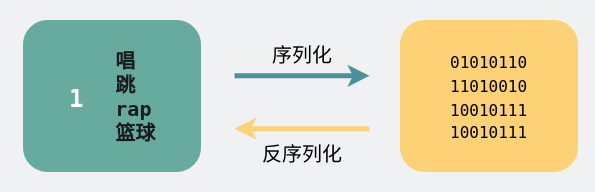
Before: network/protobuf的序列化和反序列化.drawio in xiaobaiTech/image, a draw.io diagram. Source tidied: cells renumbered, new cells numbered last; positions are measured from the earlier drawing's top-left corner, leaving out a move shared by most shapes. Both pictures are drawn from the tidied source at 100%, with x=0, y=0 at pixel (17, 17).
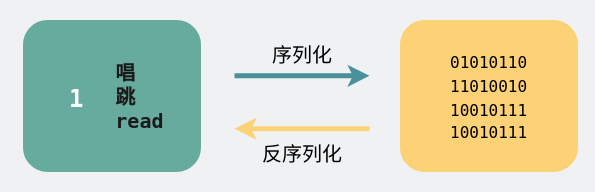
The same diagram, later.

Commit message:
更新protobuf的序列化和反序列化.drawio

What changed in the source:
```diff
@@
 <mxGraphModel background="#EFF1F3">
   <root>
     <mxCell id="0" />
     <mxCell id="1" parent="0" />
     <mxCell id="2" value="&lt;div style=&quot;font-family: Menlo, Monaco, &amp;quot;Courier New&amp;quot;, monospace; font-size: 16px; line-height: 24px;&quot;&gt;&lt;div style=&quot;&quot;&gt;&lt;br&gt;&lt;/div&gt;&lt;/div&gt;" style="rounded=1;whiteSpace=wrap;html=1;strokeWidth=5;fontSize=30;strokeColor=#67AB9F;fillColor=#67AB9F;align=left;" parent="1" vertex="1">
       <mxGeometry x="8" y="5" width="173" height="147" as="geometry" />
     </mxCell>
     <mxCell id="3" value="&lt;div style=&quot;font-family: Menlo, Monaco, &amp;quot;Courier New&amp;quot;, monospace; font-size: 16px; line-height: 24px;&quot;&gt;&lt;div style=&quot;&quot;&gt;&lt;br&gt;&lt;/div&gt;&lt;/div&gt;" style="rounded=1;whiteSpace=wrap;html=1;strokeWidth=5;fontSize=30;strokeColor=#FDD276;fillColor=#FDD276;align=left;" parent="1" vertex="1">
       <mxGeometry x="385" y="5" width="173" height="147" as="geometry" />
     </mxCell>
     <mxCell id="4" value="&lt;div style=&quot;font-family: Menlo, Monaco, &amp;quot;Courier New&amp;quot;, monospace; font-size: 16px; line-height: 24px;&quot;&gt;01010110&lt;/div&gt;&lt;div style=&quot;font-family: Menlo, Monaco, &amp;quot;Courier New&amp;quot;, monospace; font-size: 16px; line-height: 24px;&quot;&gt;11010010&lt;/div&gt;&lt;div style=&quot;font-family: Menlo, Monaco, &amp;quot;Courier New&amp;quot;, monospace; font-size: 16px; line-height: 24px;&quot;&gt;10010111&lt;/div&gt;&lt;span style=&quot;font-family: Menlo, Monaco, &amp;quot;Courier New&amp;quot;, monospace; font-size: 16px;&quot;&gt;10010111&lt;/span&gt;" style="text;html=1;strokeColor=none;fillColor=none;align=left;verticalAlign=middle;whiteSpace=wrap;rounded=0;labelBackgroundColor=none;fontColor=#000000;" parent="1" vertex="1">
       <mxGeometry x="431" y="21.5" width="102" height="114" as="geometry" />
     </mxCell>
     <mxCell id="5" style="endArrow=classic;html=1;rounded=0;fontColor=#000000;strokeWidth=5;strokeColor=#4A919B;" parent="1" edge="1">
       <mxGeometry relative="1" as="geometry">
         <mxPoint x="217" y="58.3" as="sourcePoint" />
         <mxPoint x="352" y="58.3" as="targetPoint" />
       </mxGeometry>
     </mxCell>
     <mxCell id="6" style="endArrow=none;html=1;rounded=0;fontColor=#000000;strokeWidth=5;startArrow=classic;startFill=1;endFill=0;strokeColor=#FDD276;" parent="1" edge="1">
       <mxGeometry relative="1" as="geometry">
         <mxPoint x="217" y="111.3" as="sourcePoint" />
         <mxPoint x="352" y="111.3" as="targetPoint" />
       </mxGeometry>
     </mxCell>
     <mxCell id="7" value="&lt;font style=&quot;font-size: 20px;&quot;&gt;序列化&lt;/font&gt;" style="text;html=1;strokeColor=none;fillColor=none;align=center;verticalAlign=middle;whiteSpace=wrap;rounded=0;labelBackgroundColor=none;fontColor=#000000;" parent="1" vertex="1">
       <mxGeometry x="249" y="22" width="72" height="30" as="geometry" />
     </mxCell>
     <mxCell id="8" value="&lt;font style=&quot;font-size: 20px;&quot;&gt;反序列化&lt;/font&gt;" style="text;html=1;strokeColor=none;fillColor=none;align=center;verticalAlign=middle;whiteSpace=wrap;rounded=0;labelBackgroundColor=none;fontColor=#000000;" parent="1" vertex="1">
       <mxGeometry x="238" y="121" width="94" height="30" as="geometry" />
     </mxCell>
     <mxCell id="9" value="&lt;div style=&quot;font-family: Menlo, Monaco, &amp;quot;Courier New&amp;quot;, monospace; line-height: 24px;&quot;&gt;&lt;div style=&quot;&quot;&gt;&lt;span style=&quot;background-color: initial; font-family: menlo, monospace, Tahoma, 微软雅黑, 幼圆; font-weight: bold;&quot;&gt;&lt;font style=&quot;font-size: 24px;&quot; color=&quot;#ffffff&quot;&gt;1&lt;/font&gt;&lt;/span&gt;&lt;br&gt;&lt;/div&gt;&lt;/div&gt;" style="text;html=1;strokeColor=none;fillColor=none;align=left;verticalAlign=middle;whiteSpace=wrap;rounded=0;labelBackgroundColor=none;fontColor=#000000;" parent="1" vertex="1">
       <mxGeometry x="50" y="66" width="53" height="33" as="geometry" />
     </mxCell>
-    <mxCell id="10" value="&lt;div style=&quot;font-family: Menlo, Monaco, &amp;quot;Courier New&amp;quot;, monospace; font-size: 20px; line-height: 24px;&quot;&gt;&lt;div style=&quot;&quot;&gt;&lt;span style=&quot;font-family: menlo, monospace, Tahoma, 微软雅黑, 幼圆; color: rgb(26, 26, 26); background-color: initial;&quot;&gt;&amp;nbsp; &amp;nbsp; &amp;nbsp; &amp;nbsp;&amp;nbsp;&lt;/span&gt;&lt;span style=&quot;font-family: menlo, monospace, Tahoma, 微软雅黑, 幼圆; color: rgb(26, 26, 26); background-color: initial; box-sizing: border-box; font-weight: bold;&quot; class=&quot;json_string&quot;&gt;唱&lt;/span&gt;&lt;br&gt;&lt;/div&gt;&lt;font style=&quot;font-size: 20px;&quot; color=&quot;#1a1a1a&quot;&gt;&lt;span style=&quot;box-sizing: border-box; font-family: menlo, monospace, Tahoma, 微软雅黑, 幼圆;&quot;&gt;&lt;div style=&quot;&quot;&gt;&lt;span style=&quot;background-color: initial;&quot;&gt;&amp;nbsp; &amp;nbsp; &amp;nbsp; &amp;nbsp;&amp;nbsp;&lt;/span&gt;&lt;span style=&quot;background-color: initial; box-sizing: border-box; font-weight: bold;&quot; class=&quot;json_string&quot;&gt;跳&lt;/span&gt;&lt;/div&gt;&lt;div style=&quot;&quot;&gt;&lt;span style=&quot;background-color: initial;&quot;&gt;&amp;nbsp; &amp;nbsp; &amp;nbsp; &amp;nbsp;&amp;nbsp;&lt;/span&gt;&lt;span style=&quot;background-color: initial; box-sizing: border-box; font-weight: bold;&quot; class=&quot;json_string&quot;&gt;rap&lt;/span&gt;&lt;/div&gt;&lt;div style=&quot;&quot;&gt;&lt;span style=&quot;background-color: initial;&quot;&gt;&amp;nbsp; &amp;nbsp; &amp;nbsp; &amp;nbsp;&amp;nbsp;&lt;/span&gt;&lt;span style=&quot;background-color: initial; box-sizing: border-box; font-weight: bold;&quot; class=&quot;json_string&quot;&gt;篮球&lt;/span&gt;&lt;/div&gt;&lt;/span&gt;&lt;/font&gt;&lt;/div&gt;" style="text;html=1;strokeColor=none;fillColor=none;align=left;verticalAlign=middle;whiteSpace=wrap;rounded=0;labelBackgroundColor=none;fontColor=#000000;" parent="1" vertex="1">
+    <mxCell id="10" value="&lt;div style=&quot;font-family: Menlo, Monaco, &amp;quot;Courier New&amp;quot;, monospace; font-size: 20px; line-height: 24px;&quot;&gt;&lt;div style=&quot;&quot;&gt;&lt;span style=&quot;font-family: menlo, monospace, Tahoma, 微软雅黑, 幼圆; color: rgb(26, 26, 26); background-color: initial;&quot;&gt;&amp;nbsp; &amp;nbsp; &amp;nbsp; &amp;nbsp;&amp;nbsp;&lt;/span&gt;&lt;span style=&quot;font-family: menlo, monospace, Tahoma, 微软雅黑, 幼圆; color: rgb(26, 26, 26); background-color: initial; box-sizing: border-box; font-weight: bold;&quot; class=&quot;json_string&quot;&gt;唱&lt;/span&gt;&lt;br&gt;&lt;/div&gt;&lt;font style=&quot;font-size: 20px;&quot; color=&quot;#1a1a1a&quot;&gt;&lt;span style=&quot;box-sizing: border-box; font-family: menlo, monospace, Tahoma, 微软雅黑, 幼圆;&quot;&gt;&lt;div style=&quot;&quot;&gt;&lt;span style=&quot;background-color: initial;&quot;&gt;&amp;nbsp; &amp;nbsp; &amp;nbsp; &amp;nbsp;&amp;nbsp;&lt;/span&gt;&lt;span style=&quot;background-color: initial; box-sizing: border-box; font-weight: bold;&quot; class=&quot;json_string&quot;&gt;跳&lt;/span&gt;&lt;/div&gt;&lt;div style=&quot;&quot;&gt;&lt;span style=&quot;background-color: initial;&quot;&gt;&amp;nbsp; &amp;nbsp; &amp;nbsp; &amp;nbsp;&amp;nbsp;&lt;/span&gt;&lt;span style=&quot;background-color: initial; box-sizing: border-box; font-weight: bold;&quot; class=&quot;json_string&quot;&gt;read&lt;/span&gt;&lt;/div&gt;&lt;/span&gt;&lt;/font&gt;&lt;/div&gt;" style="text;html=1;strokeColor=none;fillColor=none;align=left;verticalAlign=middle;whiteSpace=wrap;rounded=0;labelBackgroundColor=none;fontColor=#000000;" parent="1" vertex="1">
       <mxGeometry y="-0.2" width="164" height="157.5" as="geometry" />
     </mxCell>
   </root>
 </mxGraphModel>
```
